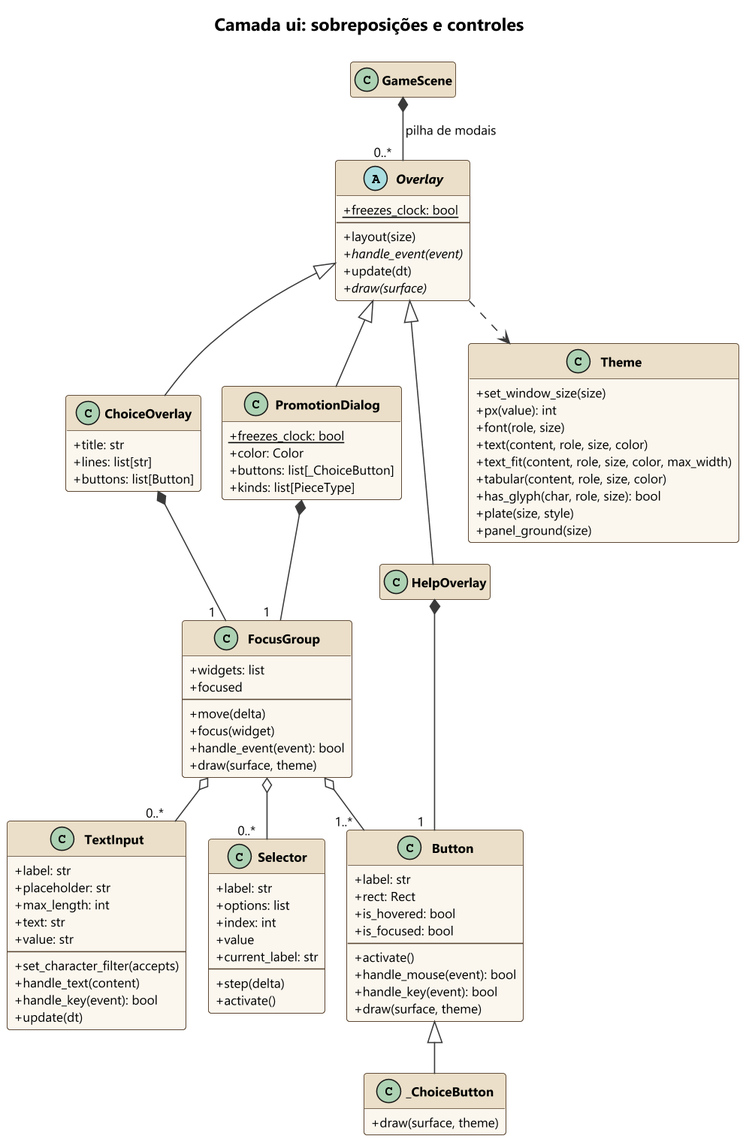
The PlantUML diagram docs/uml/img/classes_ui_controles.png in Kauhan33/chess-the-game, before a commit. Its source is kept beside it as docs/uml/classes_ui_controles.puml. Source of this version:
```plantuml
@startuml classes_ui_controles
!pragma layout smetana
!include _estilo.iuml
title Camada ui: sobreposições e controles
hide empty members

class GameScene

abstract class Overlay {
  {static} +freezes_clock: bool
  --
  +layout(size)
  {abstract} +handle_event(event)
  +update(dt)
  {abstract} +draw(surface)
}

class ChoiceOverlay {
  +title: str
  +lines: list[str]
  +buttons: list[Button]
}

class PromotionDialog {
  {static} +freezes_clock: bool
  +color: Color
  +buttons: list[_ChoiceButton]
  +kinds: list[PieceType]
}

class HelpOverlay

class FocusGroup {
  +widgets: list
  +focused
  --
  +move(delta)
  +focus(widget)
  +handle_event(event): bool
  +draw(surface, theme)
}

class Button {
  +label: str
  +rect: Rect
  +is_hovered: bool
  +is_focused: bool
  --
  +activate()
  +handle_mouse(event): bool
  +handle_key(event): bool
  +draw(surface, theme)
}

class _ChoiceButton {
  +draw(surface, theme)
}

class TextInput {
  +label: str
  +placeholder: str
  +max_length: int
  +text: str
  +value: str
  --
  +set_character_filter(accepts)
  +handle_text(content)
  +handle_key(event): bool
  +update(dt)
}

class Selector {
  +label: str
  +options: list
  +index: int
  +value
  +current_label: str
  --
  +step(delta)
  +activate()
}

class Theme {
  +set_window_size(size)
  +px(value): int
  +font(role, size)
  +text(content, role, size, color)
  +text_fit(content, role, size, color, max_width)
  +tabular(content, role, size, color)
  +has_glyph(char, role, size): bool
  +plate(size, style)
  +panel_ground(size)
}

GameScene *-- "0..*$p" Overlay : pilha de modais
Overlay <|-- ChoiceOverlay
Overlay <|-- PromotionDialog
Overlay <|-- HelpOverlay
ChoiceOverlay *-- "1$p" FocusGroup
PromotionDialog *-- "1$p" FocusGroup
HelpOverlay *-- "1$p" Button
Button <|-- _ChoiceButton
FocusGroup o-- "1..*$p" Button
FocusGroup o-- "0..*$p" TextInput
FocusGroup o-- "0..*$p" Selector
Overlay ..> Theme
@enduml
```
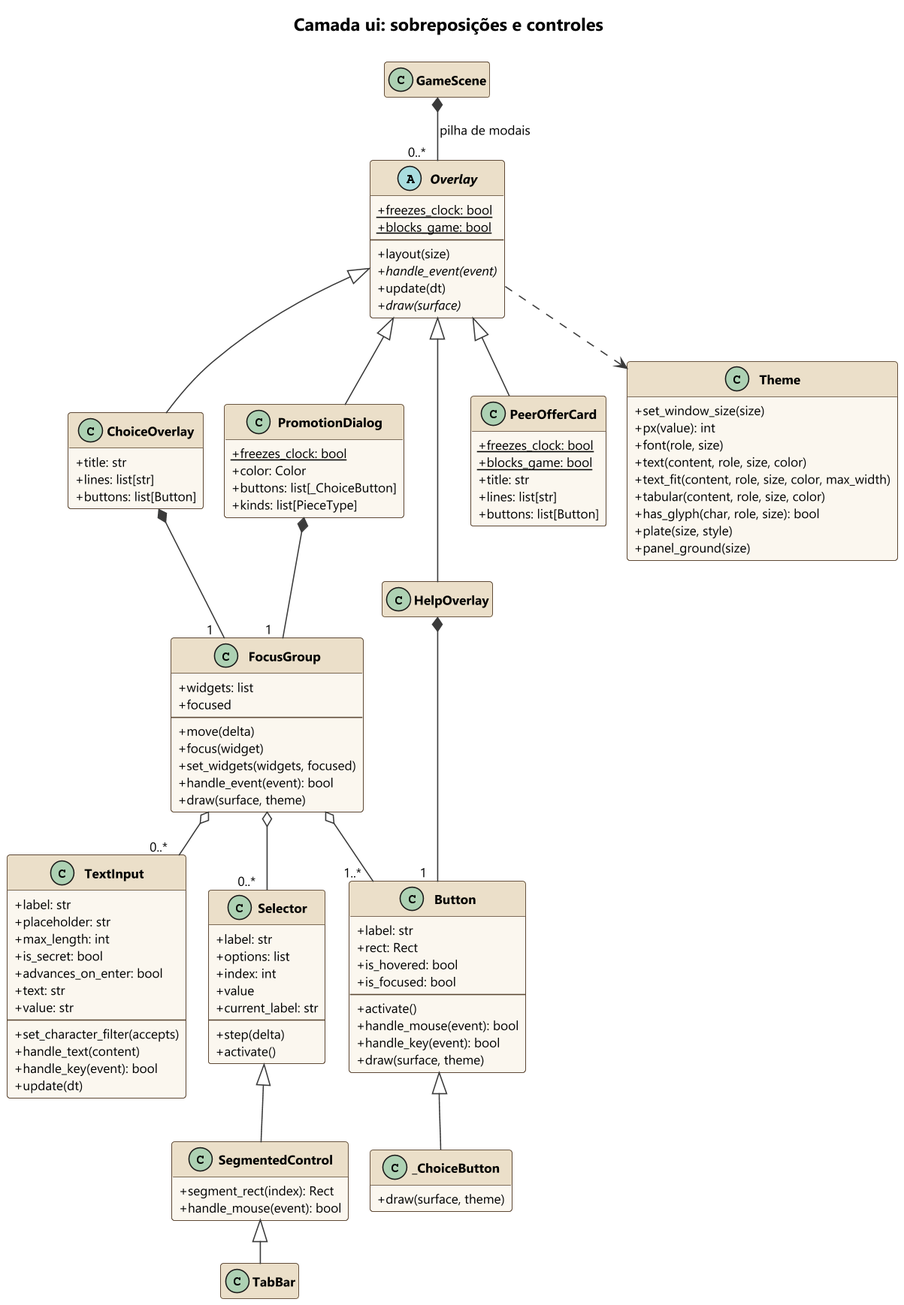
Later version of the same file.

Change to the diagram source:
```diff
@@ -8,6 +8,7 @@
 
 abstract class Overlay {
   {static} +freezes_clock: bool
+  {static} +blocks_game: bool
   --
   +layout(size)
   {abstract} +handle_event(event)
@@ -30,12 +31,21 @@
 
 class HelpOverlay
 
+class PeerOfferCard {
+  {static} +freezes_clock: bool
+  {static} +blocks_game: bool
+  +title: str
+  +lines: list[str]
+  +buttons: list[Button]
+}
+
 class FocusGroup {
   +widgets: list
   +focused
   --
   +move(delta)
   +focus(widget)
+  +set_widgets(widgets, focused)
   +handle_event(event): bool
   +draw(surface, theme)
 }
@@ -60,6 +70,8 @@
   +label: str
   +placeholder: str
   +max_length: int
+  +is_secret: bool
+  +advances_on_enter: bool
   +text: str
   +value: str
   --
@@ -80,6 +92,13 @@
   +activate()
 }
 
+class SegmentedControl {
+  +segment_rect(index): Rect
+  +handle_mouse(event): bool
+}
+
+class TabBar
+
 class Theme {
   +set_window_size(size)
   +px(value): int
@@ -96,6 +115,9 @@
 Overlay <|-- ChoiceOverlay
 Overlay <|-- PromotionDialog
 Overlay <|-- HelpOverlay
+Overlay <|-- PeerOfferCard
+Selector <|-- SegmentedControl
+SegmentedControl <|-- TabBar
 ChoiceOverlay *-- "1$p" FocusGroup
 PromotionDialog *-- "1$p" FocusGroup
 HelpOverlay *-- "1$p" Button
```
